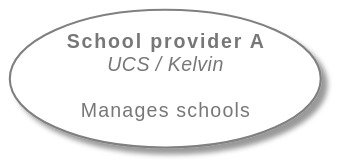
This is docs/images/object_school_provider_a.svg from univention/ucsschool-id-connector, a PlantUML export, as it was before one commit.
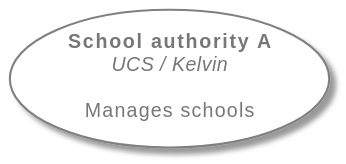
After the change.

What changed in the source:
```diff
@@ -1,4 +1,4 @@
 @startuml
     !include styling.puml
-     usecase "<b>School provider A\n<i>UCS / Kelvin\n\nManages schools" as school_provider_a
+     usecase "<b>School authority A\n<i>UCS / Kelvin\n\nManages schools" as school_provider_a
 @enduml
```
